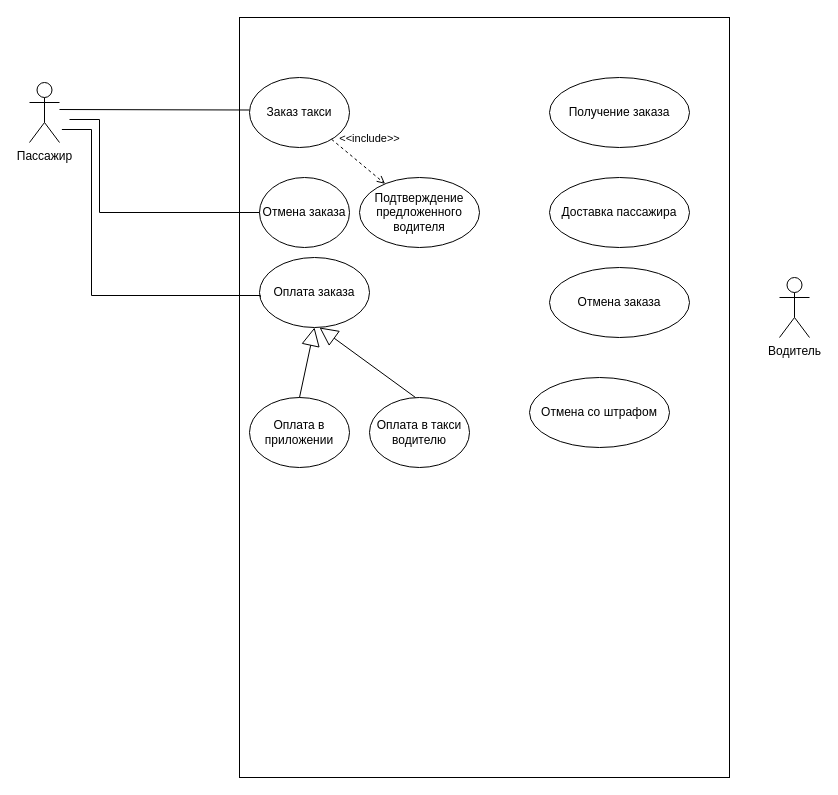
Leewhocan/9_siaod keeps this draw.io diagram as use-case.drawio. Above is the earlier version. Source tidied: cells renumbered, new cells numbered last; positions are measured from the earlier drawing's top-left corner, leaving out a move shared by most shapes. Both pictures are drawn from the tidied source at 100%, with x=0, y=0 at pixel (29, 17).
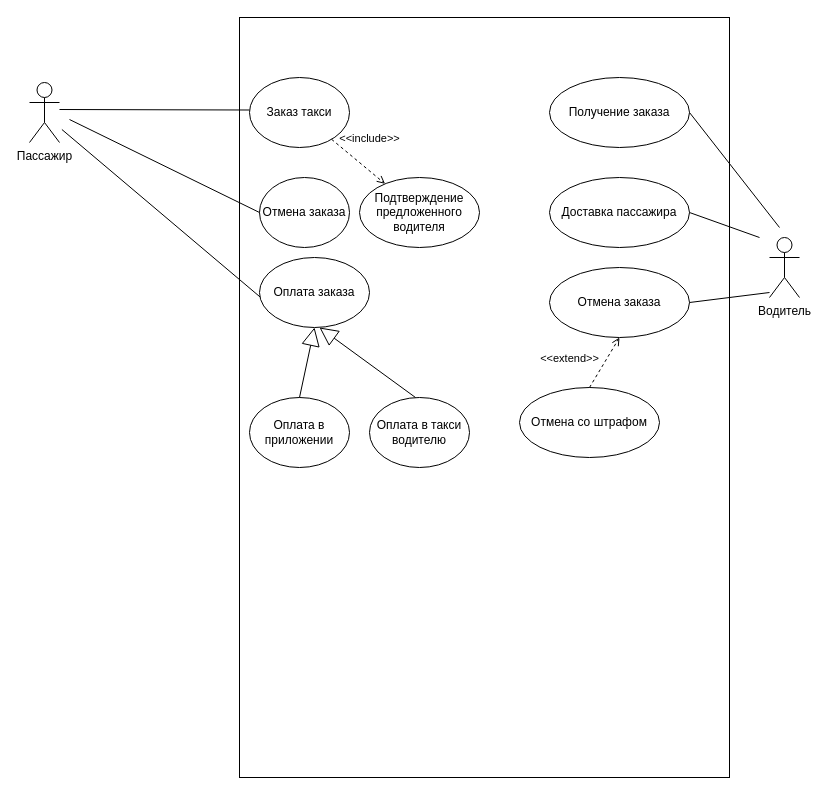
The same diagram, later.

Unchanged cells that the change refers to:
```xml
<mxCell id="6" value="Отмена заказа" style="ellipse;whiteSpace=wrap;html=1;" parent="1" vertex="1">
  <mxGeometry x="230" y="160" width="90" height="70" as="geometry" />
</mxCell>
<mxCell id="9" value="Оплата заказа" style="ellipse;whiteSpace=wrap;html=1;" parent="1" vertex="1">
  <mxGeometry x="230" y="240" width="110" height="70" as="geometry" />
</mxCell>
<mxCell id="14" value="Получение заказа" style="ellipse;whiteSpace=wrap;html=1;" parent="1" vertex="1">
  <mxGeometry x="520" y="60" width="140" height="70" as="geometry" />
</mxCell>
<mxCell id="15" value="Доставка пассажира" style="ellipse;whiteSpace=wrap;html=1;" parent="1" vertex="1">
  <mxGeometry x="520" y="160" width="140" height="70" as="geometry" />
</mxCell>
<mxCell id="16" value="Отмена заказа" style="ellipse;whiteSpace=wrap;html=1;" parent="1" vertex="1">
  <mxGeometry x="520" y="250" width="140" height="70" as="geometry" />
</mxCell>
```

What changed in the source:
```diff
@@
     <mxCell id="4" value="Водитель" style="shape=umlActor;verticalLabelPosition=bottom;verticalAlign=top;html=1;" parent="1" vertex="1">
-      <mxGeometry x="750" y="260" width="30" height="60" as="geometry" />
+      <mxGeometry x="740" y="220" width="30" height="60" as="geometry" />
     </mxCell>
@@
-    <mxCell id="17" style="endArrow=none;html=1;edgeStyle=orthogonalEdgeStyle;rounded=0;entryX=0;entryY=0.5;entryDx=0;entryDy=0;" parent="1" edge="1">
+    <mxCell id="17" style="endArrow=none;html=1;rounded=0;entryX=0;entryY=0.5;entryDx=0;entryDy=0;" parent="1" edge="1">
       <mxGeometry relative="1" as="geometry">
         <mxPoint x="30" y="92" as="sourcePoint" />
         <mxPoint x="220" y="92.5" as="targetPoint" />
-        <Array as="points">
-          <mxPoint x="30" y="92" />
-          <mxPoint x="60" y="92" />
-        </Array>
       </mxGeometry>
     </mxCell>
-    <mxCell id="18" style="endArrow=none;html=1;edgeStyle=orthogonalEdgeStyle;rounded=0;entryX=0;entryY=0.5;entryDx=0;entryDy=0;" parent="1" edge="1" target="6">
+    <mxCell id="18" style="endArrow=none;html=1;rounded=0;entryX=0;entryY=0.5;entryDx=0;entryDy=0;" parent="1" edge="1" target="6">
       <mxGeometry relative="1" as="geometry">
         <mxPoint x="40" y="102" as="sourcePoint" />
-        <Array as="points">
-          <mxPoint x="70" y="102" />
-          <mxPoint x="70" y="195" />
-        </Array>
       </mxGeometry>
     </mxCell>
-    <mxCell id="19" style="endArrow=none;html=1;edgeStyle=orthogonalEdgeStyle;rounded=0;entryX=0.007;entryY=0.566;entryDx=0;entryDy=0;entryPerimeter=0;" parent="1" edge="1" target="9">
+    <mxCell id="19" style="endArrow=none;html=1;rounded=0;entryX=0.007;entryY=0.566;entryDx=0;entryDy=0;entryPerimeter=0;" parent="1" edge="1" target="9">
       <mxGeometry relative="1" as="geometry">
         <mxPoint x="32.4" y="112" as="sourcePoint" />
-        <Array as="points">
-          <mxPoint x="62" y="112" />
-          <mxPoint x="62" y="278" />
-          <mxPoint x="231" y="278" />
-        </Array>
       </mxGeometry>
     </mxCell>
     <mxCell id="20" value="Отмена со штрафом" style="ellipse;whiteSpace=wrap;html=1;" parent="1" vertex="1">
-      <mxGeometry x="500" y="360" width="140" height="70" as="geometry" />
+      <mxGeometry x="490" y="370" width="140" height="70" as="geometry" />
     </mxCell>
+    <mxCell id="21" value="&amp;lt;&amp;lt;extend&amp;gt;&amp;gt;" style="html=1;verticalAlign=bottom;labelBackgroundColor=none;endArrow=open;endFill=0;dashed=1;rounded=0;entryX=0.5;entryY=1;entryDx=0;entryDy=0;exitX=0.5;exitY=0;exitDx=0;exitDy=0;" parent="1" edge="1" source="20" target="16">
+      <mxGeometry x="-0.76" y="27" relative="1" as="geometry" />
+    </mxCell>
+    <mxCell id="22" style="endArrow=none;html=1;rounded=0;exitX=1;exitY=0.5;exitDx=0;exitDy=0;" parent="1" edge="1" source="14">
+      <mxGeometry relative="1" as="geometry">
+        <mxPoint x="750" y="210" as="targetPoint" />
+      </mxGeometry>
+    </mxCell>
+    <mxCell id="23" style="endArrow=none;html=1;rounded=0;exitX=1;exitY=0.5;exitDx=0;exitDy=0;" parent="1" edge="1" source="15">
+      <mxGeometry relative="1" as="geometry">
+        <mxPoint x="730" y="220" as="targetPoint" />
+      </mxGeometry>
+    </mxCell>
+    <mxCell id="24" style="endArrow=none;html=1;rounded=0;exitX=1;exitY=0.5;exitDx=0;exitDy=0;" parent="1" edge="1" source="16">
+      <mxGeometry relative="1" as="geometry">
+        <mxPoint x="740" y="275" as="targetPoint" />
+      </mxGeometry>
+    </mxCell>
```
